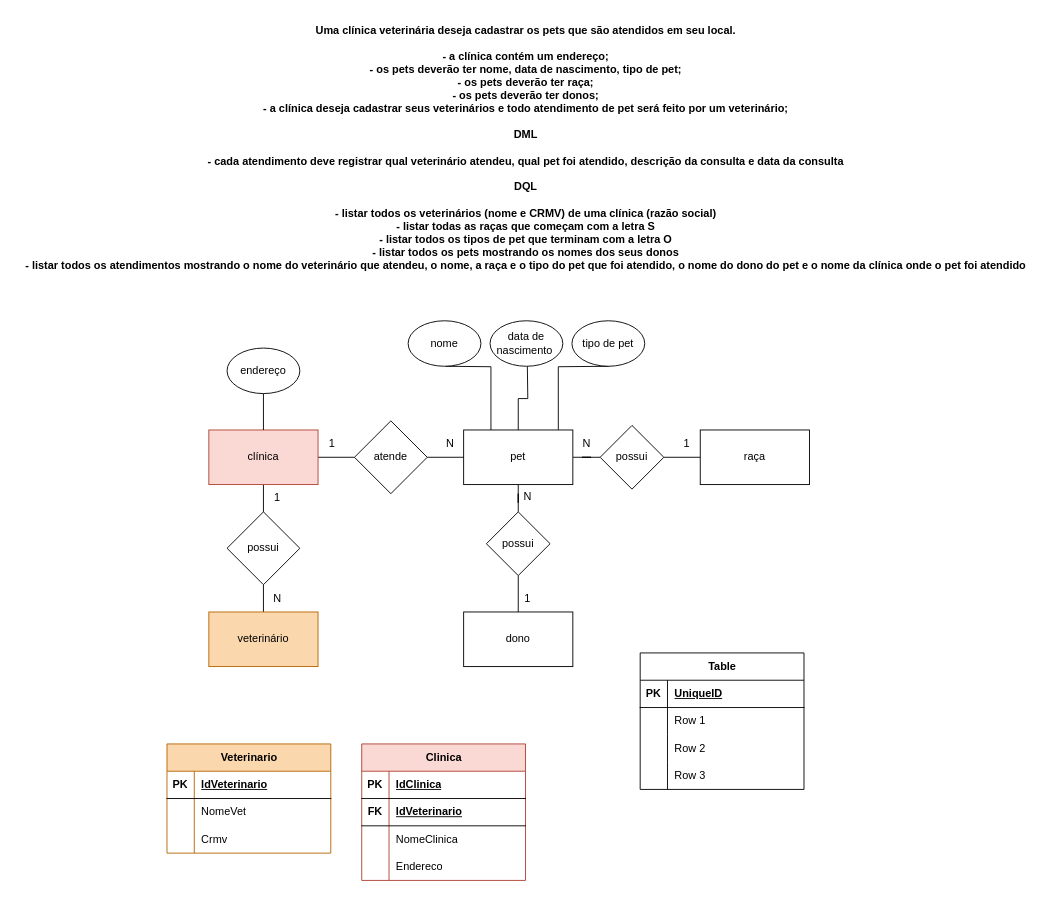
Earlier version of the draw.io diagram 25.07/1.3/1.3 veterinaria.drawio (juliaathar/2DM-senai-sprint1-BD). Source tidied: cells renumbered, new cells numbered last; positions are measured from the earlier drawing's top-left corner, leaving out a move shared by most shapes. Both pictures are drawn from the tidied source at 91%, with x=0, y=0 at pixel (15, 15).
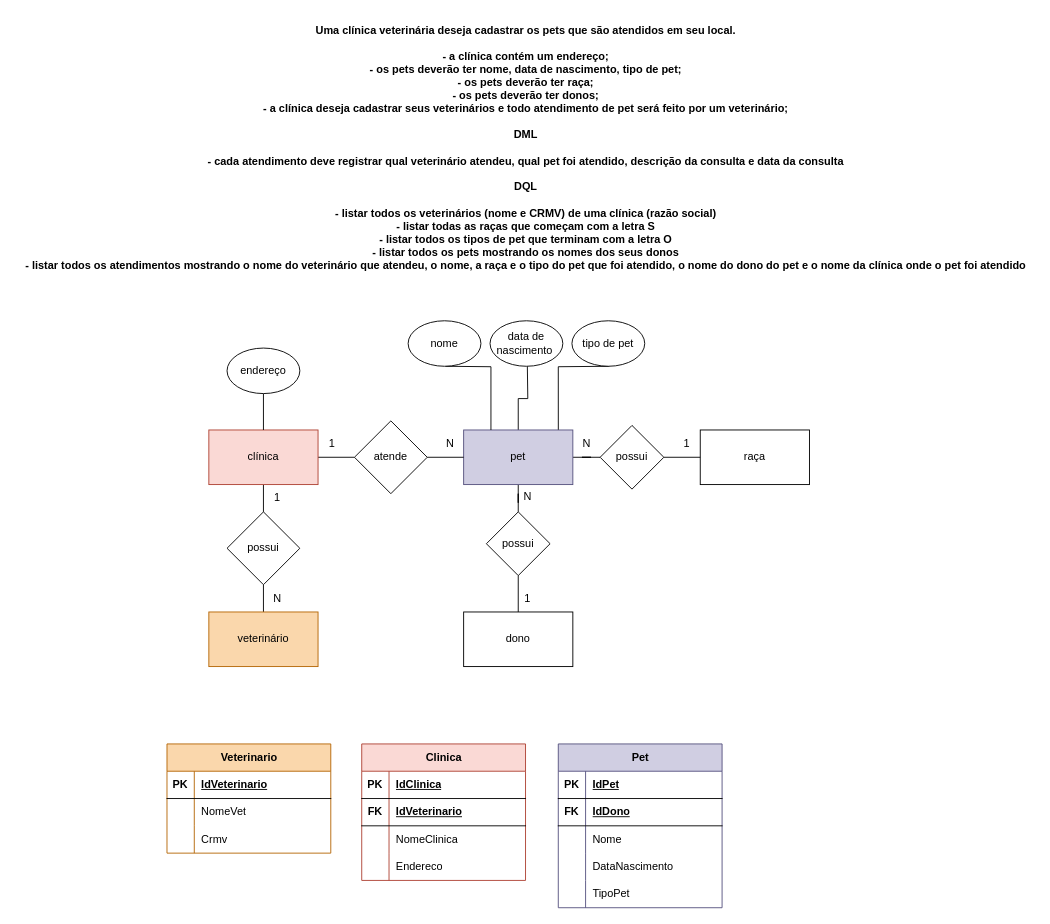
Above is the later version.

The change refers to these unchanged cells:
```xml
<mxCell id="60" style="shape=tableRow;horizontal=0;startSize=0;swimlaneHead=0;swimlaneBody=0;fillColor=none;top=0;left=0;right=0;bottom=1;" parent="59" vertex="1">
  <mxGeometry y="30" width="180" height="30" as="geometry" />
</mxCell>
```

Change to the diagram source:
```diff
@@
-    <mxCell id="11" value="pet" style="rounded=0;whiteSpace=wrap;html=1;" parent="1" vertex="1">
+    <mxCell id="11" value="pet" style="rounded=0;whiteSpace=wrap;html=1;fillColor=#d0cee2;strokeColor=#56517e;" parent="1" vertex="1">
       <mxGeometry x="492" y="455" width="120" height="60" as="geometry" />
     </mxCell>
@@
-    <mxCell id="59" value="Table" style="shape=table;startSize=30;childLayout=tableLayout;rowLines=0;fontStyle=1;align=center;html=1;" parent="1" vertex="1">
-      <mxGeometry x="686" y="700" width="180" height="150" as="geometry" />
+    <mxCell id="59" value="Pet" style="shape=table;startSize=30;childLayout=tableLayout;rowLines=0;fontStyle=1;align=center;html=1;fillColor=#d0cee2;strokeColor=#56517e;" parent="1" vertex="1">
+      <mxGeometry x="596" y="800" width="180" height="180" as="geometry" />
     </mxCell>
@@
-    <mxCell id="62" value="UniqueID" style="shape=partialRectangle;fillColor=none;top=0;left=0;bottom=0;right=0;align=left;spacingLeft=6;fontStyle=5;overflow=hidden;whiteSpace=wrap;html=1;" parent="60" vertex="1">
+    <mxCell id="62" value="IdPet" style="shape=partialRectangle;fillColor=none;top=0;left=0;bottom=0;right=0;align=left;spacingLeft=6;fontStyle=5;overflow=hidden;whiteSpace=wrap;html=1;" parent="60" vertex="1">
       <mxGeometry x="30" width="150" height="30" as="geometry" />
     </mxCell>
+    <mxCell id="72" style="shape=tableRow;horizontal=0;startSize=0;swimlaneHead=0;swimlaneBody=0;fillColor=none;top=0;left=0;right=0;bottom=1;" parent="59" vertex="1">
+      <mxGeometry y="60" width="180" height="30" as="geometry" />
+    </mxCell>
+    <mxCell id="73" value="FK" style="shape=partialRectangle;fillColor=none;top=0;left=0;bottom=0;right=0;fontStyle=1;overflow=hidden;whiteSpace=wrap;html=1;" parent="72" vertex="1">
+      <mxGeometry width="30" height="30" as="geometry" />
+    </mxCell>
+    <mxCell id="74" value="IdDono" style="shape=partialRectangle;fillColor=none;top=0;left=0;bottom=0;right=0;align=left;spacingLeft=6;fontStyle=5;overflow=hidden;whiteSpace=wrap;html=1;" parent="72" vertex="1">
+      <mxGeometry x="30" width="150" height="30" as="geometry" />
+    </mxCell>
     <mxCell id="63" style="shape=tableRow;horizontal=0;startSize=0;swimlaneHead=0;swimlaneBody=0;fillColor=none;top=0;left=0;right=0;bottom=0;" parent="59" vertex="1">
-      <mxGeometry y="60" width="180" height="30" as="geometry" />
+      <mxGeometry y="90" width="180" height="30" as="geometry" />
     </mxCell>
@@
-    <mxCell id="65" value="Row 1" style="shape=partialRectangle;fillColor=none;top=0;left=0;bottom=0;right=0;align=left;spacingLeft=6;overflow=hidden;whiteSpace=wrap;html=1;" parent="63" vertex="1">
+    <mxCell id="65" value="Nome" style="shape=partialRectangle;fillColor=none;top=0;left=0;bottom=0;right=0;align=left;spacingLeft=6;overflow=hidden;whiteSpace=wrap;html=1;" parent="63" vertex="1">
       <mxGeometry x="30" width="150" height="30" as="geometry" />
     </mxCell>
     <mxCell id="66" style="shape=tableRow;horizontal=0;startSize=0;swimlaneHead=0;swimlaneBody=0;fillColor=none;top=0;left=0;right=0;bottom=0;" parent="59" vertex="1">
-      <mxGeometry y="90" width="180" height="30" as="geometry" />
+      <mxGeometry y="120" width="180" height="30" as="geometry" />
     </mxCell>
@@
-    <mxCell id="68" value="Row 2" style="shape=partialRectangle;fillColor=none;top=0;left=0;bottom=0;right=0;align=left;spacingLeft=6;overflow=hidden;whiteSpace=wrap;html=1;" parent="66" vertex="1">
+    <mxCell id="68" value="DataNascimento" style="shape=partialRectangle;fillColor=none;top=0;left=0;bottom=0;right=0;align=left;spacingLeft=6;overflow=hidden;whiteSpace=wrap;html=1;" parent="66" vertex="1">
       <mxGeometry x="30" width="150" height="30" as="geometry" />
     </mxCell>
     <mxCell id="69" style="shape=tableRow;horizontal=0;startSize=0;swimlaneHead=0;swimlaneBody=0;fillColor=none;top=0;left=0;right=0;bottom=0;" parent="59" vertex="1">
-      <mxGeometry y="120" width="180" height="30" as="geometry" />
+      <mxGeometry y="150" width="180" height="30" as="geometry" />
     </mxCell>
@@
-    <mxCell id="71" value="Row 3" style="shape=partialRectangle;fillColor=none;top=0;left=0;bottom=0;right=0;align=left;spacingLeft=6;overflow=hidden;whiteSpace=wrap;html=1;" parent="69" vertex="1">
+    <mxCell id="71" value="TipoPet" style="shape=partialRectangle;fillColor=none;top=0;left=0;bottom=0;right=0;align=left;spacingLeft=6;overflow=hidden;whiteSpace=wrap;html=1;" parent="69" vertex="1">
       <mxGeometry x="30" width="150" height="30" as="geometry" />
     </mxCell>
```
